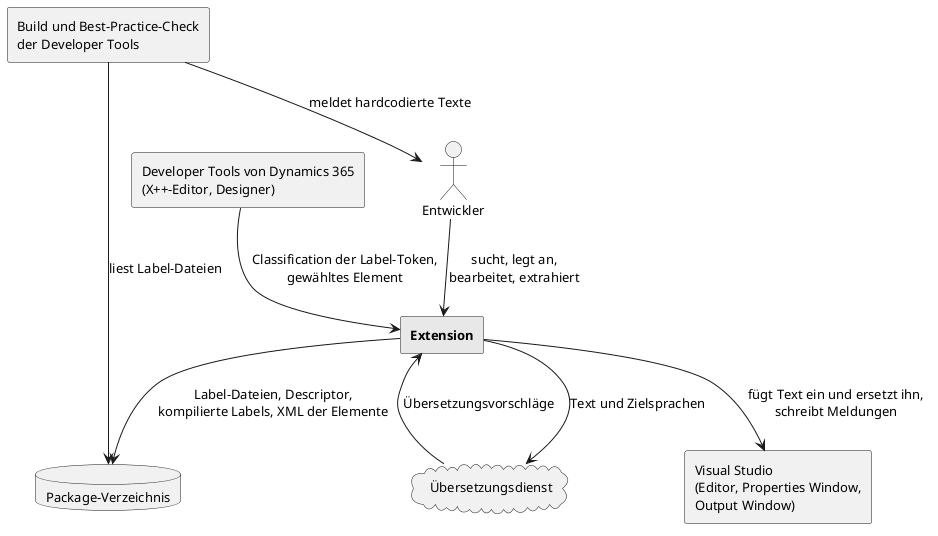
Adyrem/diploma-label-localization keeps this PlantUML diagram as documentation/diagrams/Kontextdiagramm.png. Above is the earlier version.
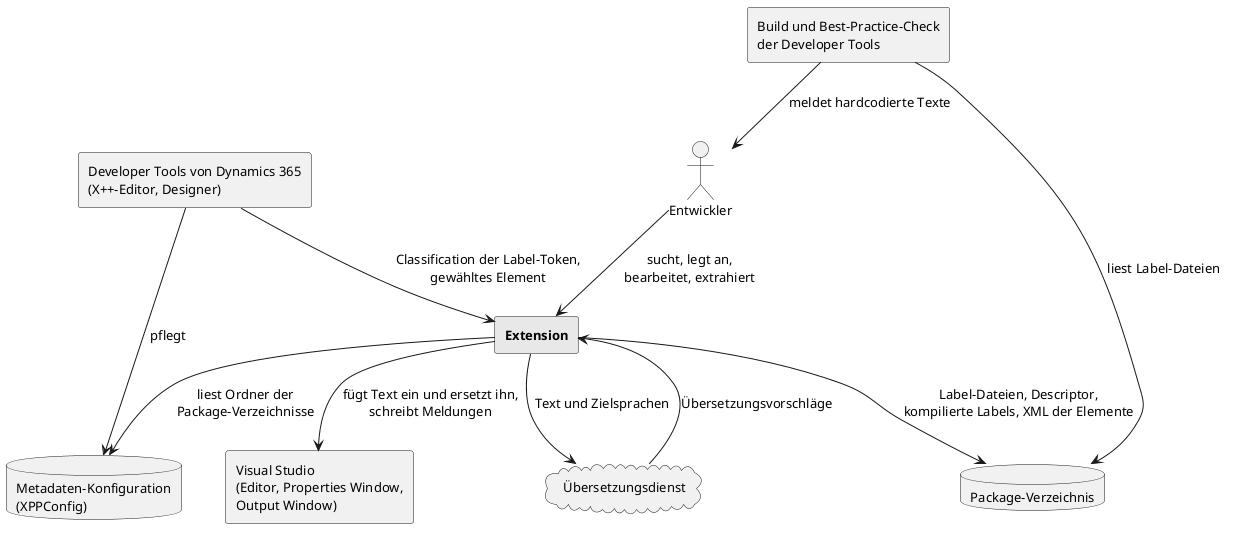
Above is the later version.

Diff of the diagram source:
```diff
@@ -9,12 +9,15 @@
 rectangle "Developer Tools von Dynamics 365\n(X++-Editor, Designer)" as D365
 rectangle "Build und Best-Practice-Check\nder Developer Tools" as BUILD
 database "Package-Verzeichnis" as PKG
+database "Metadaten-Konfiguration\n(XPPConfig)" as CFG
 cloud "Übersetzungsdienst" as SVC
 
 DEV --> EXT : sucht, legt an,\nbearbeitet, extrahiert
 EXT --> VS : fügt Text ein und ersetzt ihn,\nschreibt Meldungen
 D365 --> EXT : Classification der Label-Token,\ngewähltes Element
 EXT --> PKG : Label-Dateien, Descriptor,\nkompilierte Labels, XML der Elemente
+EXT --> CFG : liest Ordner der\nPackage-Verzeichnisse
+D365 --> CFG : pflegt
 EXT --> SVC : Text und Zielsprachen
 SVC --> EXT : Übersetzungsvorschläge
 BUILD --> PKG : liest Label-Dateien
```
